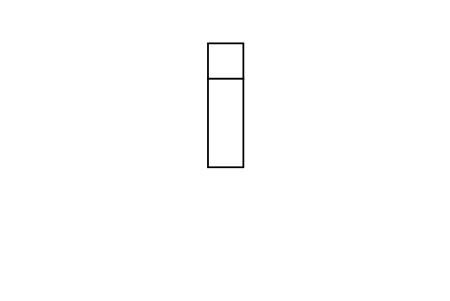
Earlier version of the draw.io diagram assets/算子融合.drawio (ShizhongP/dl-notes). Source tidied: cells renumbered, new cells numbered last; positions are measured from the earlier drawing's top-left corner, leaving out a move shared by most shapes. Both pictures are drawn from the tidied source at 177%, with x=0, y=0 at pixel (207, 42).
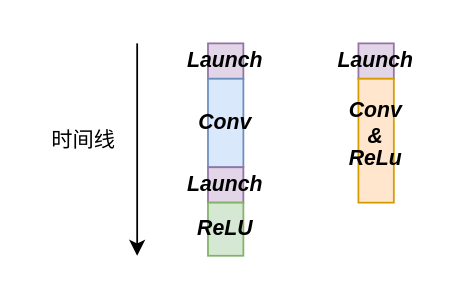
The same page after the edit.

Commit message (it also covers changes not shown here):
更新算子融合.drawio

What changed in the source:
```diff
@@
 <mxGraphModel>
   <root>
     <mxCell id="0" />
     <mxCell id="1" parent="0" />
-    <mxCell id="2" style="rounded=0;whiteSpace=wrap;html=1;" parent="1" vertex="1">
+    <mxCell id="2" style="rounded=0;whiteSpace=wrap;html=1;fillColor=#e1d5e7;strokeColor=#9673a6;" parent="1" vertex="1">
       <mxGeometry width="20" height="20" as="geometry" />
     </mxCell>
-    <mxCell id="3" style="rounded=0;whiteSpace=wrap;html=1;" parent="1" vertex="1">
+    <mxCell id="3" style="rounded=0;whiteSpace=wrap;html=1;fillColor=#dae8fc;strokeColor=#6c8ebf;" parent="1" vertex="1">
       <mxGeometry y="20" width="20" height="50" as="geometry" />
     </mxCell>
+    <mxCell id="4" style="rounded=0;whiteSpace=wrap;html=1;fillColor=#e1d5e7;strokeColor=#9673a6;" parent="1" vertex="1">
+      <mxGeometry y="70" width="20" height="20" as="geometry" />
+    </mxCell>
+    <mxCell id="5" style="rounded=0;whiteSpace=wrap;html=1;fillColor=#d5e8d4;strokeColor=#82b366;" parent="1" vertex="1">
+      <mxGeometry y="90" width="20" height="30" as="geometry" />
+    </mxCell>
+    <mxCell id="6" value="&lt;i&gt;&lt;b&gt;Conv&lt;/b&gt;&lt;/i&gt;" style="text;html=1;align=center;verticalAlign=middle;whiteSpace=wrap;rounded=0;" parent="1" vertex="1">
+      <mxGeometry x="-15" y="30" width="50" height="30" as="geometry" />
+    </mxCell>
+    <mxCell id="7" value="&lt;i&gt;&lt;b&gt;ReLU&lt;/b&gt;&lt;/i&gt;" style="text;html=1;align=center;verticalAlign=middle;whiteSpace=wrap;rounded=0;" parent="1" vertex="1">
+      <mxGeometry x="-15" y="90" width="50" height="30" as="geometry" />
+    </mxCell>
+    <mxCell id="8" value="&lt;i&gt;&lt;b&gt;Launch&lt;/b&gt;&lt;/i&gt;" style="text;html=1;align=center;verticalAlign=middle;whiteSpace=wrap;rounded=0;" parent="1" vertex="1">
+      <mxGeometry x="-15" y="-5" width="50" height="30" as="geometry" />
+    </mxCell>
+    <mxCell id="9" value="&lt;i&gt;&lt;b&gt;Launch&lt;/b&gt;&lt;/i&gt;" style="text;html=1;align=center;verticalAlign=middle;whiteSpace=wrap;rounded=0;" parent="1" vertex="1">
+      <mxGeometry x="-15" y="65" width="50" height="30" as="geometry" />
+    </mxCell>
+    <mxCell id="10" style="rounded=0;whiteSpace=wrap;html=1;fillColor=#e1d5e7;strokeColor=#9673a6;" parent="1" vertex="1">
+      <mxGeometry x="85" width="20" height="20" as="geometry" />
+    </mxCell>
+    <mxCell id="11" style="rounded=0;whiteSpace=wrap;html=1;fillColor=#ffe6cc;strokeColor=#d79b00;" parent="1" vertex="1">
+      <mxGeometry x="85" y="20" width="20" height="70" as="geometry" />
+    </mxCell>
+    <mxCell id="12" value="&lt;i&gt;&lt;b&gt;Conv&lt;/b&gt;&lt;/i&gt;&lt;br&gt;&lt;b&gt;&lt;i&gt;&amp;amp;&lt;/i&gt;&lt;/b&gt;" style="text;html=1;align=center;verticalAlign=middle;whiteSpace=wrap;rounded=0;" parent="1" vertex="1">
+      <mxGeometry x="70" y="30" width="50" height="30" as="geometry" />
+    </mxCell>
+    <mxCell id="13" value="&lt;i&gt;&lt;b&gt;ReLu&lt;/b&gt;&lt;/i&gt;" style="text;html=1;align=center;verticalAlign=middle;whiteSpace=wrap;rounded=0;" parent="1" vertex="1">
+      <mxGeometry x="70" y="50" width="50" height="30" as="geometry" />
+    </mxCell>
+    <mxCell id="14" value="&lt;i&gt;&lt;b&gt;Launch&lt;/b&gt;&lt;/i&gt;" style="text;html=1;align=center;verticalAlign=middle;whiteSpace=wrap;rounded=0;" parent="1" vertex="1">
+      <mxGeometry x="70" y="-5" width="50" height="30" as="geometry" />
+    </mxCell>
+    <mxCell id="15" style="endArrow=classic;html=1;rounded=0;" parent="1" edge="1">
+      <mxGeometry relative="1" as="geometry">
+        <mxPoint x="-40" as="sourcePoint" />
+        <mxPoint x="-40" y="120" as="targetPoint" />
+      </mxGeometry>
+    </mxCell>
+    <mxCell id="16" value="时间线" style="text;html=1;align=center;verticalAlign=middle;whiteSpace=wrap;rounded=0;" parent="1" vertex="1">
+      <mxGeometry x="-100" y="40" width="60" height="30" as="geometry" />
+    </mxCell>
   </root>
 </mxGraphModel>
```
